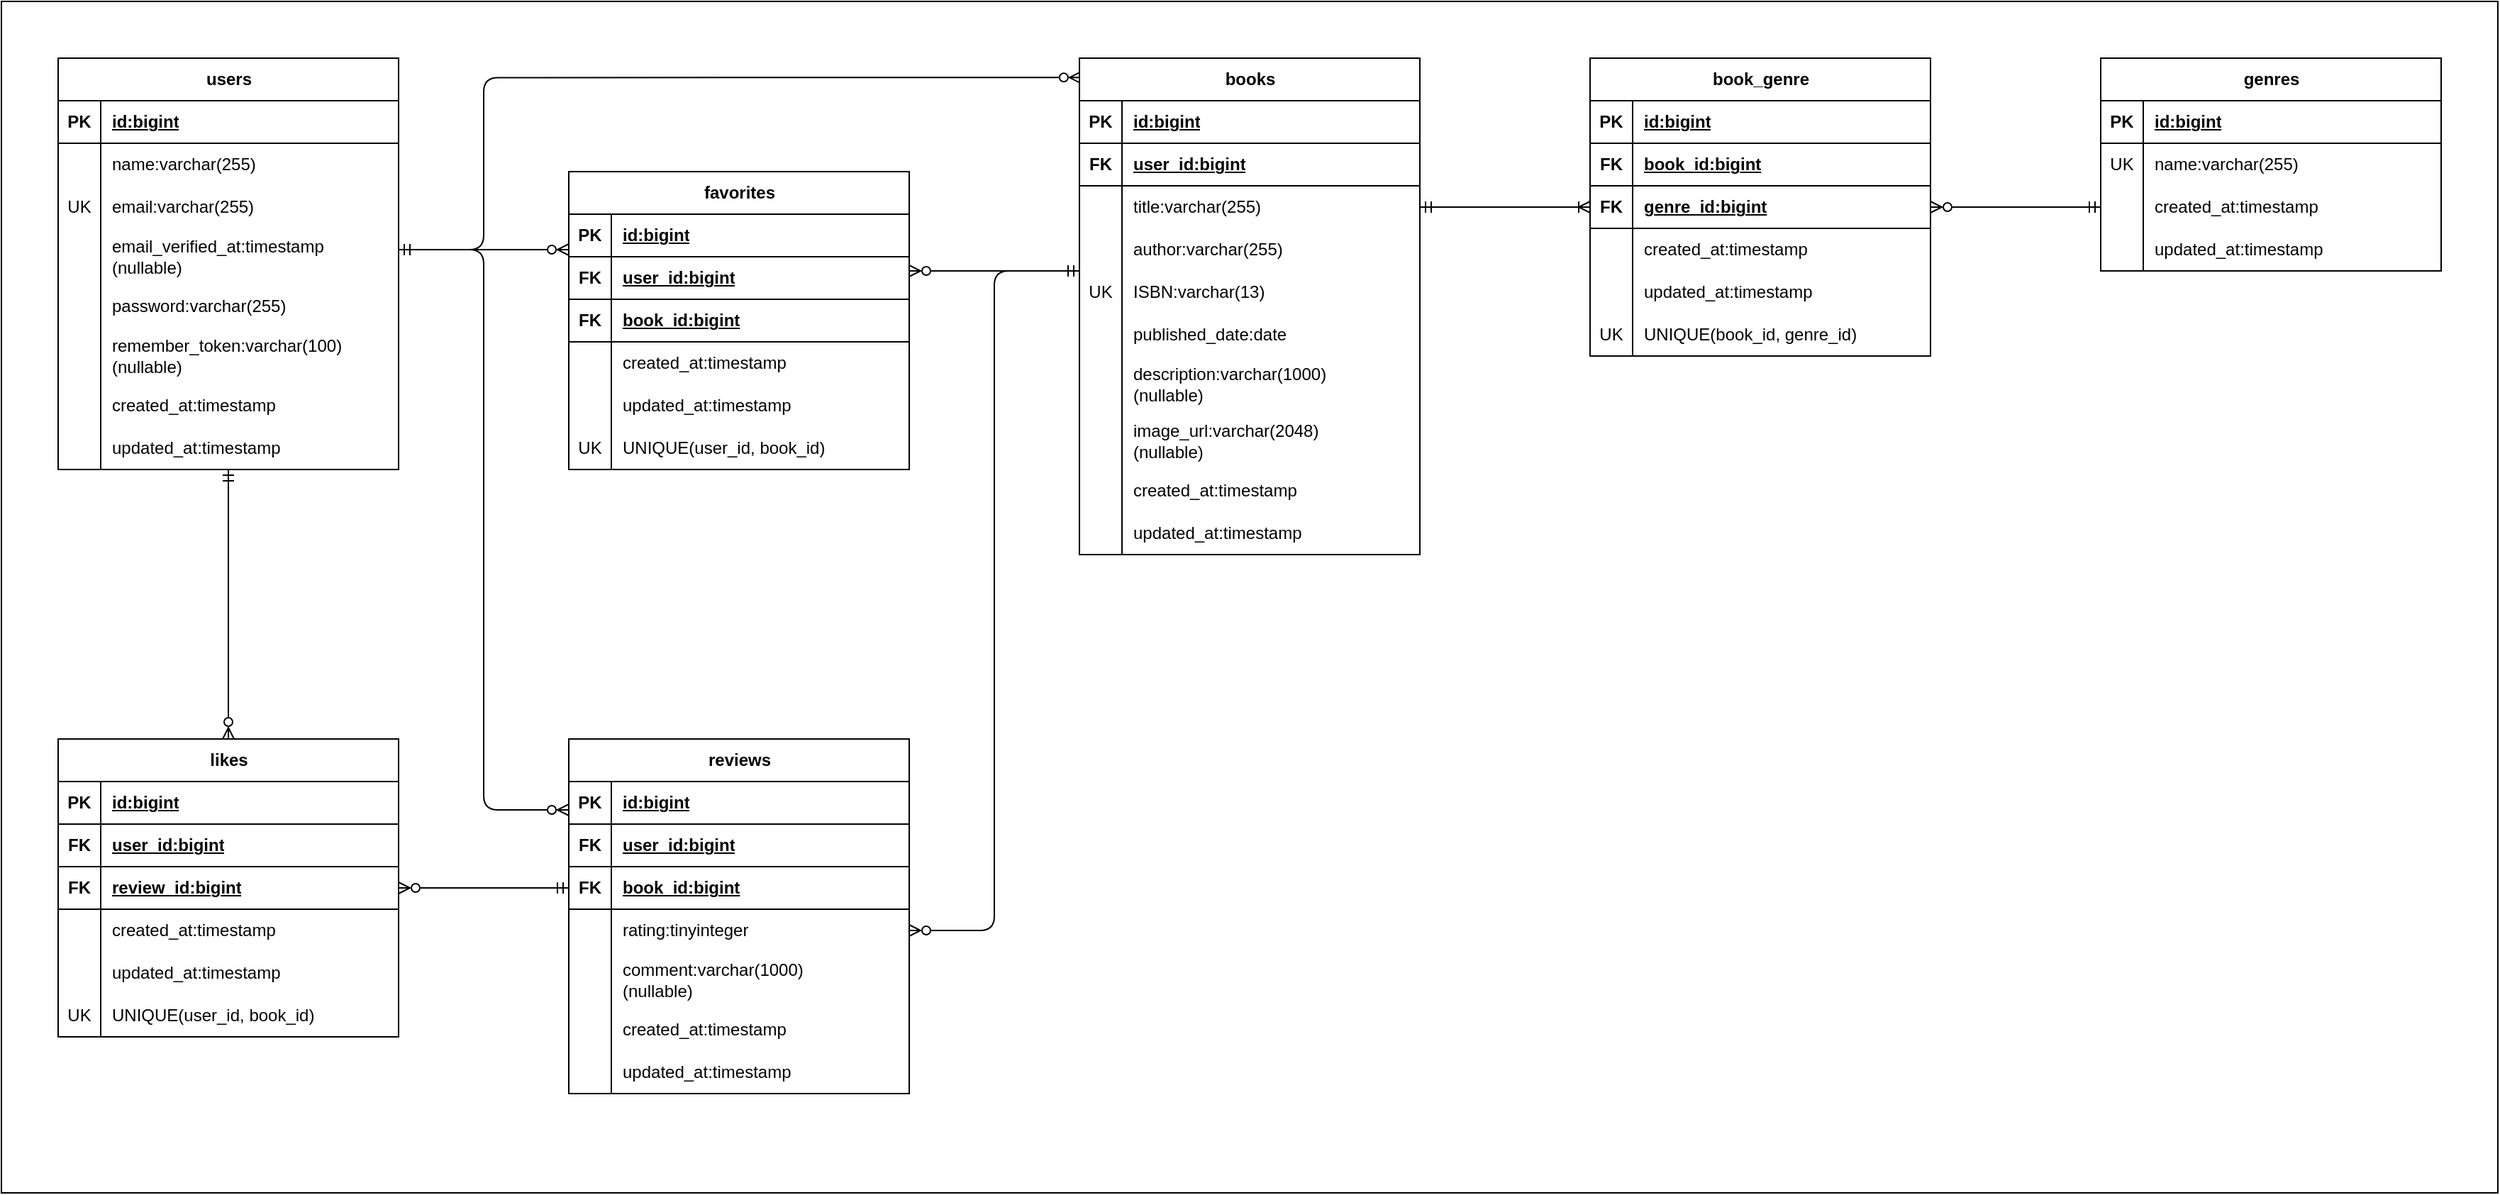
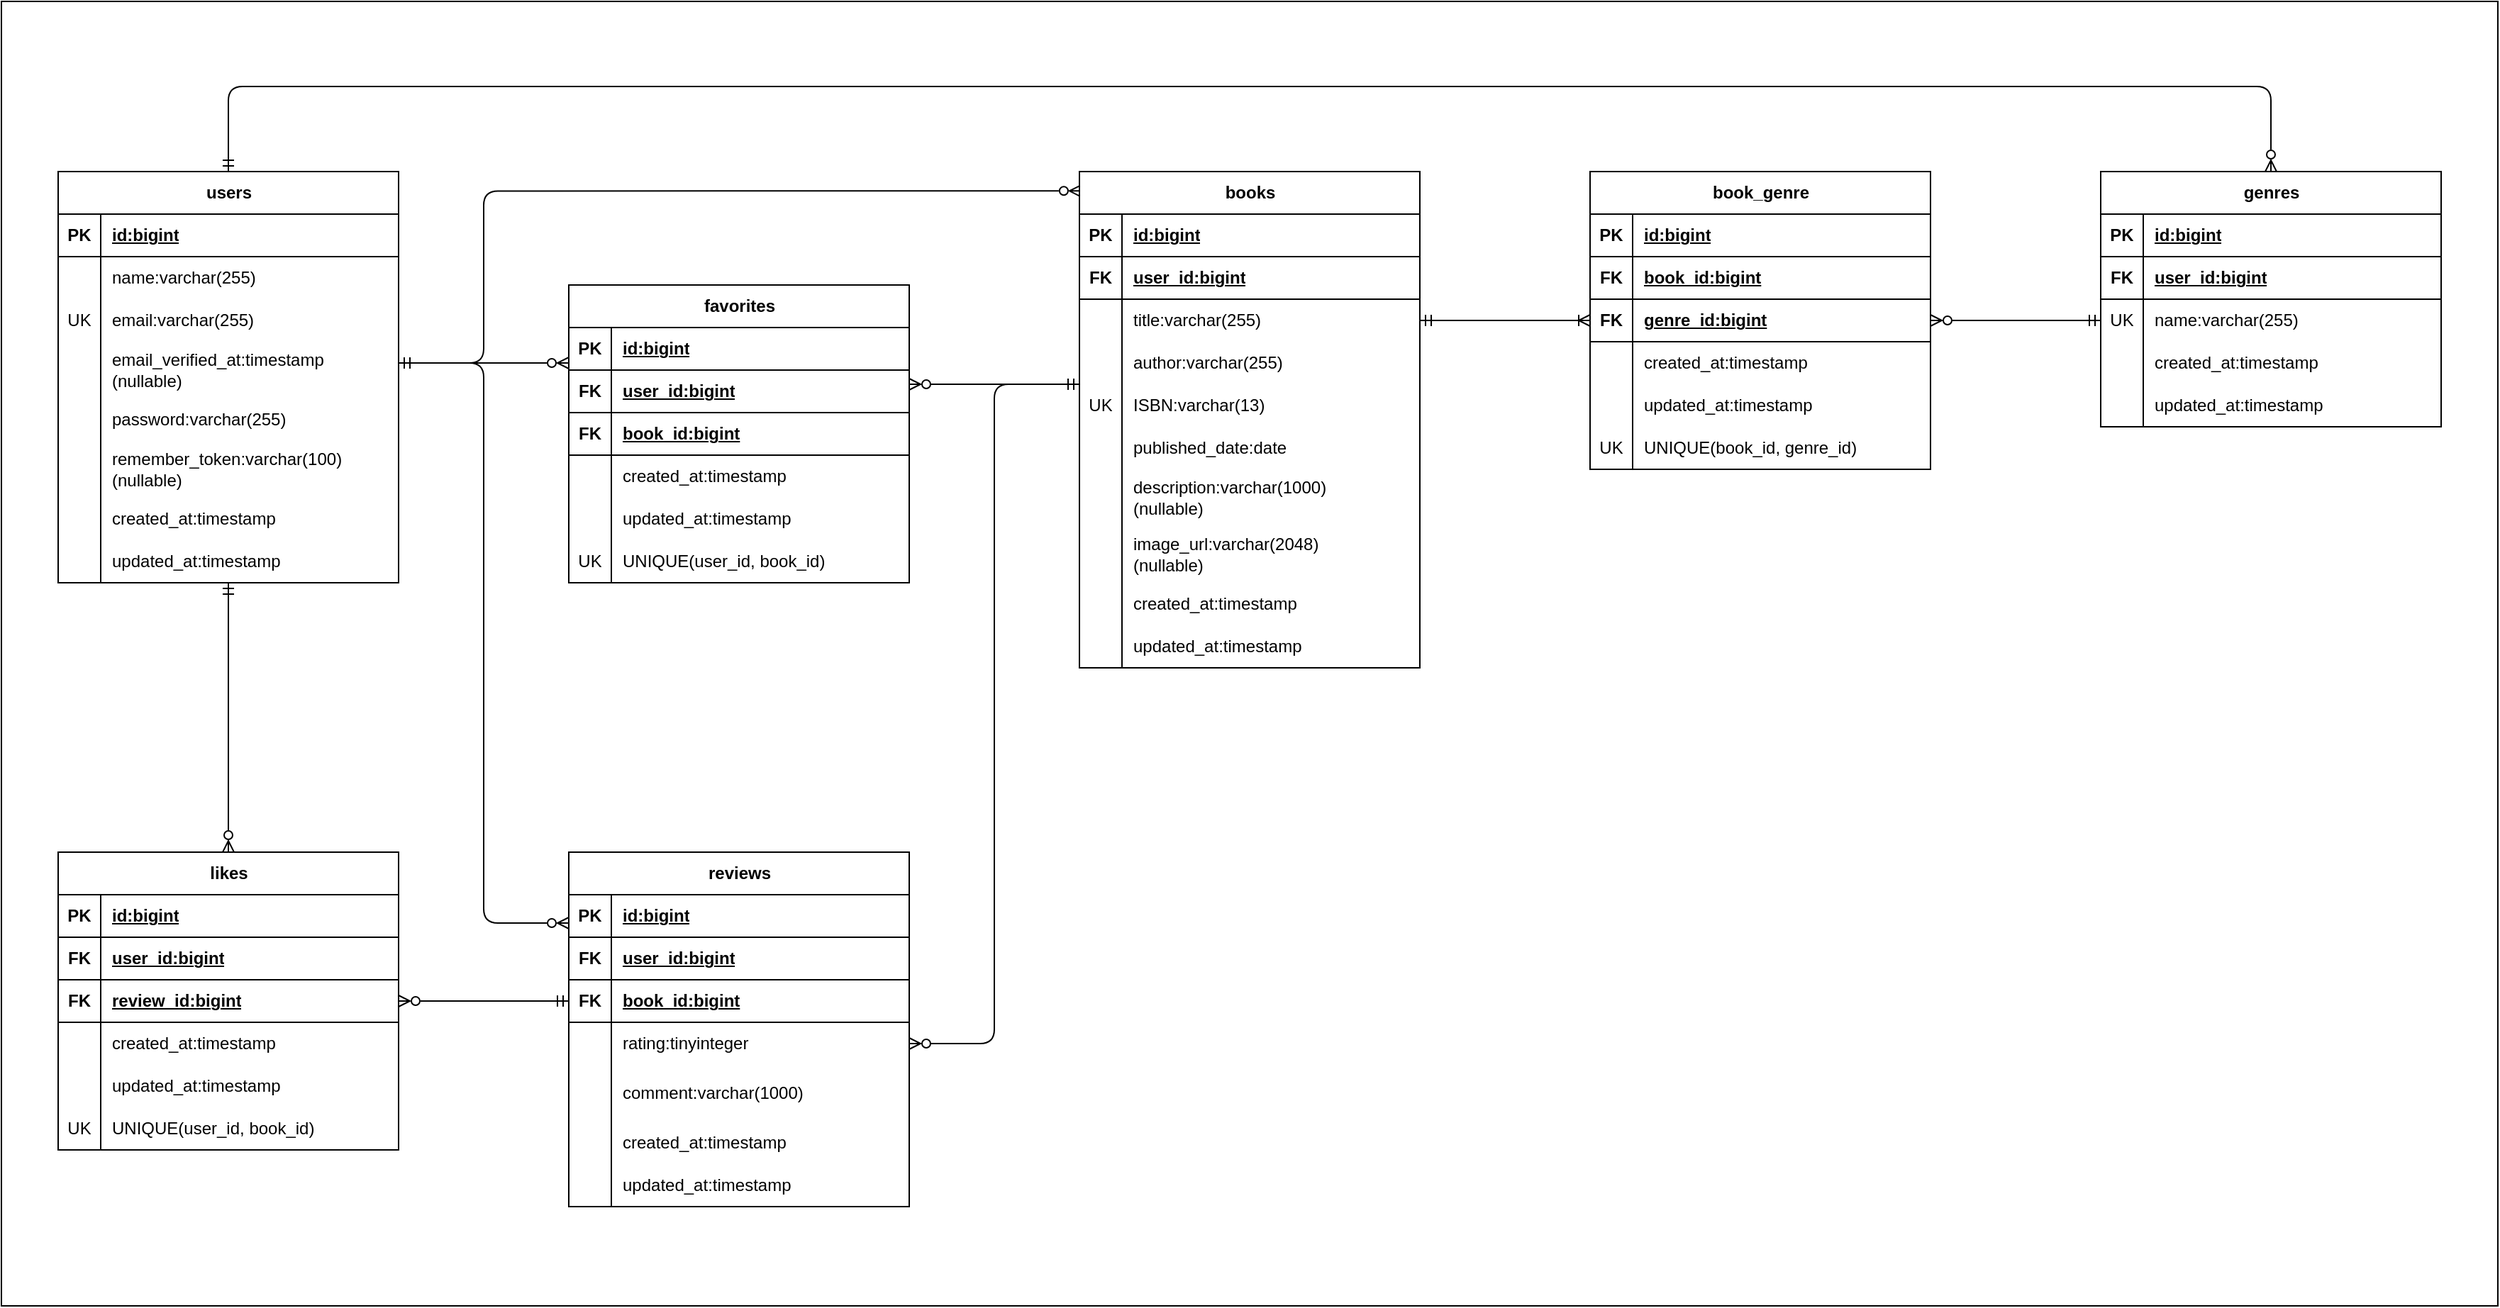
<mxfile host="65bd71144e">
    <diagram id="Xr8ic78WrCHNvvsh3ZQ6" name="ページ1">
-         <mxGraphModel dx="2914" dy="1921" grid="1" gridSize="10" guides="1" tooltips="1" connect="1" arrows="1" fold="1" page="1" pageScale="1" pageWidth="827" pageHeight="1169" math="0" shadow="0">
+         <mxGraphModel dx="3754" dy="2342" grid="1" gridSize="10" guides="1" tooltips="1" connect="1" arrows="1" fold="1" page="1" pageScale="1" pageWidth="827" pageHeight="1169" math="0" shadow="0">
            <root>
                <mxCell id="0"/>
                <mxCell id="1" parent="0"/>
                <mxCell id="209" value="" style="rounded=0;whiteSpace=wrap;html=1;" parent="1" vertex="1">
-                     <mxGeometry x="-1040" y="-160" width="1760" height="840" as="geometry"/>
+                     <mxGeometry x="-1040" y="-240" width="1760" height="920" as="geometry"/>
                </mxCell>
                <mxCell id="194" style="edgeStyle=orthogonalEdgeStyle;html=1;startArrow=ERmandOne;startFill=0;endArrow=ERzeroToMany;endFill=0;entryX=0.004;entryY=0.039;entryDx=0;entryDy=0;entryPerimeter=0;" parent="1" source="2" target="55" edge="1">
                    <mxGeometry relative="1" as="geometry">
                        <mxPoint x="-700" y="-70" as="sourcePoint"/>
                        <Array as="points">
                            <mxPoint x="-700" y="15"/>
                            <mxPoint x="-700" y="-107"/>
                        </Array>
                    </mxGeometry>
                </mxCell>
                <mxCell id="195" style="edgeStyle=orthogonalEdgeStyle;html=1;startArrow=ERmandOne;startFill=0;endArrow=ERzeroToMany;endFill=0;" parent="1" source="2" target="148" edge="1">
                    <mxGeometry relative="1" as="geometry">
                        <Array as="points">
                            <mxPoint x="-660" y="15"/>
                            <mxPoint x="-660" y="15"/>
                        </Array>
                    </mxGeometry>
                </mxCell>
                <mxCell id="201" style="edgeStyle=orthogonalEdgeStyle;html=1;startArrow=ERmandOne;startFill=0;endArrow=ERzeroToMany;endFill=0;" parent="1" source="2" target="86" edge="1">
                    <mxGeometry relative="1" as="geometry">
                        <Array as="points">
                            <mxPoint x="-700" y="15"/>
                            <mxPoint x="-700" y="410"/>
                        </Array>
                    </mxGeometry>
                </mxCell>
                <mxCell id="203" style="edgeStyle=orthogonalEdgeStyle;html=1;startArrow=ERmandOne;startFill=0;endArrow=ERzeroToMany;endFill=0;" parent="1" source="2" target="167" edge="1">
                    <mxGeometry relative="1" as="geometry"/>
+                 </mxCell>
+                 <mxCell id="214" style="edgeStyle=orthogonalEdgeStyle;html=1;startArrow=ERmandOne;startFill=0;endArrow=ERzeroToMany;endFill=0;" edge="1" parent="1" source="2" target="30">
+                     <mxGeometry relative="1" as="geometry">
+                         <Array as="points">
+                             <mxPoint x="-880" y="-180"/>
+                             <mxPoint x="560" y="-180"/>
+                         </Array>
+                     </mxGeometry>
                </mxCell>
                <mxCell id="2" value="users" style="shape=table;startSize=30;container=1;collapsible=1;childLayout=tableLayout;fixedRows=1;rowLines=0;fontStyle=1;align=center;resizeLast=1;html=1;" parent="1" vertex="1">
                    <mxGeometry x="-1000" y="-120" width="240" height="290" as="geometry"/>
                </mxCell>
                <mxCell id="3" value="" style="shape=tableRow;horizontal=0;startSize=0;swimlaneHead=0;swimlaneBody=0;fillColor=none;collapsible=0;dropTarget=0;points=[[0,0.5],[1,0.5]];portConstraint=eastwest;top=0;left=0;right=0;bottom=1;" parent="2" vertex="1">
                    <mxGeometry y="30" width="240" height="30" as="geometry"/>
                </mxCell>
                <mxCell id="4" value="PK" style="shape=partialRectangle;connectable=0;fillColor=none;top=0;left=0;bottom=0;right=0;fontStyle=1;overflow=hidden;whiteSpace=wrap;html=1;" parent="3" vertex="1">
                    <mxGeometry width="30" height="30" as="geometry">
                        <mxRectangle width="30" height="30" as="alternateBounds"/>
                    </mxGeometry>
                </mxCell>
                <mxCell id="5" value="&lt;span style=&quot;color: rgb(0, 0, 0);&quot;&gt;id:bigint&lt;/span&gt;" style="shape=partialRectangle;connectable=0;fillColor=none;top=0;left=0;bottom=0;right=0;align=left;spacingLeft=6;fontStyle=5;overflow=hidden;whiteSpace=wrap;html=1;" parent="3" vertex="1">
                    <mxGeometry x="30" width="210" height="30" as="geometry">
                        <mxRectangle width="210" height="30" as="alternateBounds"/>
                    </mxGeometry>
                </mxCell>
                <mxCell id="6" value="" style="shape=tableRow;horizontal=0;startSize=0;swimlaneHead=0;swimlaneBody=0;fillColor=none;collapsible=0;dropTarget=0;points=[[0,0.5],[1,0.5]];portConstraint=eastwest;top=0;left=0;right=0;bottom=0;" parent="2" vertex="1">
                    <mxGeometry y="60" width="240" height="30" as="geometry"/>
                </mxCell>
                <mxCell id="7" value="" style="shape=partialRectangle;connectable=0;fillColor=none;top=0;left=0;bottom=0;right=0;editable=1;overflow=hidden;whiteSpace=wrap;html=1;" parent="6" vertex="1">
                    <mxGeometry width="30" height="30" as="geometry">
                        <mxRectangle width="30" height="30" as="alternateBounds"/>
                    </mxGeometry>
                </mxCell>
                <mxCell id="8" value="&lt;span style=&quot;color: rgb(0, 0, 0);&quot;&gt;name:varchar(255)&lt;/span&gt;" style="shape=partialRectangle;connectable=0;fillColor=none;top=0;left=0;bottom=0;right=0;align=left;spacingLeft=6;overflow=hidden;whiteSpace=wrap;html=1;" parent="6" vertex="1">
                    <mxGeometry x="30" width="210" height="30" as="geometry">
                        <mxRectangle width="210" height="30" as="alternateBounds"/>
                    </mxGeometry>
                </mxCell>
                <mxCell id="9" value="" style="shape=tableRow;horizontal=0;startSize=0;swimlaneHead=0;swimlaneBody=0;fillColor=none;collapsible=0;dropTarget=0;points=[[0,0.5],[1,0.5]];portConstraint=eastwest;top=0;left=0;right=0;bottom=0;" parent="2" vertex="1">
                    <mxGeometry y="90" width="240" height="30" as="geometry"/>
                </mxCell>
                <mxCell id="10" value="UK" style="shape=partialRectangle;connectable=0;fillColor=none;top=0;left=0;bottom=0;right=0;editable=1;overflow=hidden;whiteSpace=wrap;html=1;" parent="9" vertex="1">
                    <mxGeometry width="30" height="30" as="geometry">
                        <mxRectangle width="30" height="30" as="alternateBounds"/>
                    </mxGeometry>
                </mxCell>
                <mxCell id="11" value="&lt;span style=&quot;color: rgb(0, 0, 0);&quot;&gt;email:varchar(255)&lt;/span&gt;" style="shape=partialRectangle;connectable=0;fillColor=none;top=0;left=0;bottom=0;right=0;align=left;spacingLeft=6;overflow=hidden;whiteSpace=wrap;html=1;" parent="9" vertex="1">
                    <mxGeometry x="30" width="210" height="30" as="geometry">
                        <mxRectangle width="210" height="30" as="alternateBounds"/>
                    </mxGeometry>
                </mxCell>
                <mxCell id="15" value="" style="shape=tableRow;horizontal=0;startSize=0;swimlaneHead=0;swimlaneBody=0;fillColor=none;collapsible=0;dropTarget=0;points=[[0,0.5],[1,0.5]];portConstraint=eastwest;top=0;left=0;right=0;bottom=0;" parent="2" vertex="1">
                    <mxGeometry y="120" width="240" height="40" as="geometry"/>
                </mxCell>
                <mxCell id="16" value="" style="shape=partialRectangle;connectable=0;fillColor=none;top=0;left=0;bottom=0;right=0;editable=1;overflow=hidden;whiteSpace=wrap;html=1;" parent="15" vertex="1">
                    <mxGeometry width="30" height="40" as="geometry">
                        <mxRectangle width="30" height="40" as="alternateBounds"/>
                    </mxGeometry>
                </mxCell>
                <mxCell id="17" value="&lt;span style=&quot;color: rgb(0, 0, 0);&quot;&gt;email_verified_at:timestamp&lt;/span&gt;&lt;div&gt;&lt;span style=&quot;color: rgb(0, 0, 0);&quot;&gt;(nullable)&lt;/span&gt;&lt;/div&gt;" style="shape=partialRectangle;connectable=0;fillColor=none;top=0;left=0;bottom=0;right=0;align=left;spacingLeft=6;overflow=hidden;whiteSpace=wrap;html=1;" parent="15" vertex="1">
                    <mxGeometry x="30" width="210" height="40" as="geometry">
                        <mxRectangle width="210" height="40" as="alternateBounds"/>
                    </mxGeometry>
                </mxCell>
                <mxCell id="18" value="" style="shape=tableRow;horizontal=0;startSize=0;swimlaneHead=0;swimlaneBody=0;fillColor=none;collapsible=0;dropTarget=0;points=[[0,0.5],[1,0.5]];portConstraint=eastwest;top=0;left=0;right=0;bottom=0;" parent="2" vertex="1">
                    <mxGeometry y="160" width="240" height="30" as="geometry"/>
                </mxCell>
                <mxCell id="19" value="" style="shape=partialRectangle;connectable=0;fillColor=none;top=0;left=0;bottom=0;right=0;editable=1;overflow=hidden;whiteSpace=wrap;html=1;" parent="18" vertex="1">
                    <mxGeometry width="30" height="30" as="geometry">
                        <mxRectangle width="30" height="30" as="alternateBounds"/>
                    </mxGeometry>
                </mxCell>
                <mxCell id="20" value="&lt;span style=&quot;color: rgb(0, 0, 0);&quot;&gt;password:varchar(255)&lt;/span&gt;" style="shape=partialRectangle;connectable=0;fillColor=none;top=0;left=0;bottom=0;right=0;align=left;spacingLeft=6;overflow=hidden;whiteSpace=wrap;html=1;" parent="18" vertex="1">
                    <mxGeometry x="30" width="210" height="30" as="geometry">
                        <mxRectangle width="210" height="30" as="alternateBounds"/>
                    </mxGeometry>
                </mxCell>
                <mxCell id="21" value="" style="shape=tableRow;horizontal=0;startSize=0;swimlaneHead=0;swimlaneBody=0;fillColor=none;collapsible=0;dropTarget=0;points=[[0,0.5],[1,0.5]];portConstraint=eastwest;top=0;left=0;right=0;bottom=0;" parent="2" vertex="1">
                    <mxGeometry y="190" width="240" height="40" as="geometry"/>
                </mxCell>
                <mxCell id="22" value="" style="shape=partialRectangle;connectable=0;fillColor=none;top=0;left=0;bottom=0;right=0;editable=1;overflow=hidden;whiteSpace=wrap;html=1;" parent="21" vertex="1">
                    <mxGeometry width="30" height="40" as="geometry">
                        <mxRectangle width="30" height="40" as="alternateBounds"/>
                    </mxGeometry>
                </mxCell>
                <mxCell id="23" value="&lt;span style=&quot;color: rgb(0, 0, 0);&quot;&gt;remember_token:varchar(100)&lt;/span&gt;&lt;span style=&quot;color: rgb(0, 0, 0);&quot;&gt;(nullable)&lt;/span&gt;" style="shape=partialRectangle;connectable=0;fillColor=none;top=0;left=0;bottom=0;right=0;align=left;spacingLeft=6;overflow=hidden;whiteSpace=wrap;html=1;" parent="21" vertex="1">
                    <mxGeometry x="30" width="210" height="40" as="geometry">
                        <mxRectangle width="210" height="40" as="alternateBounds"/>
                    </mxGeometry>
                </mxCell>
                <mxCell id="24" value="" style="shape=tableRow;horizontal=0;startSize=0;swimlaneHead=0;swimlaneBody=0;fillColor=none;collapsible=0;dropTarget=0;points=[[0,0.5],[1,0.5]];portConstraint=eastwest;top=0;left=0;right=0;bottom=0;" parent="2" vertex="1">
                    <mxGeometry y="230" width="240" height="30" as="geometry"/>
                </mxCell>
                <mxCell id="25" value="" style="shape=partialRectangle;connectable=0;fillColor=none;top=0;left=0;bottom=0;right=0;editable=1;overflow=hidden;whiteSpace=wrap;html=1;" parent="24" vertex="1">
                    <mxGeometry width="30" height="30" as="geometry">
                        <mxRectangle width="30" height="30" as="alternateBounds"/>
                    </mxGeometry>
                </mxCell>
                <mxCell id="26" value="&lt;span style=&quot;color: rgb(0, 0, 0);&quot;&gt;created_at&lt;/span&gt;&lt;span style=&quot;color: rgb(0, 0, 0);&quot;&gt;:timestamp&lt;/span&gt;" style="shape=partialRectangle;connectable=0;fillColor=none;top=0;left=0;bottom=0;right=0;align=left;spacingLeft=6;overflow=hidden;whiteSpace=wrap;html=1;" parent="24" vertex="1">
                    <mxGeometry x="30" width="210" height="30" as="geometry">
                        <mxRectangle width="210" height="30" as="alternateBounds"/>
                    </mxGeometry>
                </mxCell>
                <mxCell id="12" value="" style="shape=tableRow;horizontal=0;startSize=0;swimlaneHead=0;swimlaneBody=0;fillColor=none;collapsible=0;dropTarget=0;points=[[0,0.5],[1,0.5]];portConstraint=eastwest;top=0;left=0;right=0;bottom=0;" parent="2" vertex="1">
                    <mxGeometry y="260" width="240" height="30" as="geometry"/>
                </mxCell>
                <mxCell id="13" value="" style="shape=partialRectangle;connectable=0;fillColor=none;top=0;left=0;bottom=0;right=0;editable=1;overflow=hidden;whiteSpace=wrap;html=1;" parent="12" vertex="1">
                    <mxGeometry width="30" height="30" as="geometry">
                        <mxRectangle width="30" height="30" as="alternateBounds"/>
                    </mxGeometry>
                </mxCell>
                <mxCell id="14" value="updated_at&lt;span style=&quot;color: rgb(0, 0, 0);&quot;&gt;:timestamp&lt;/span&gt;" style="shape=partialRectangle;connectable=0;fillColor=none;top=0;left=0;bottom=0;right=0;align=left;spacingLeft=6;overflow=hidden;whiteSpace=wrap;html=1;" parent="12" vertex="1">
                    <mxGeometry x="30" width="210" height="30" as="geometry">
                        <mxRectangle width="210" height="30" as="alternateBounds"/>
                    </mxGeometry>
                </mxCell>
                <mxCell id="204" style="edgeStyle=orthogonalEdgeStyle;html=1;startArrow=ERmandOne;startFill=0;endArrow=ERzeroToMany;endFill=0;" parent="1" source="30" target="123" edge="1">
                    <mxGeometry relative="1" as="geometry">
                        <Array as="points">
                            <mxPoint x="400" y="-15"/>
                            <mxPoint x="400" y="-15"/>
                        </Array>
                    </mxGeometry>
                </mxCell>
                <mxCell id="30" value="genres" style="shape=table;startSize=30;container=1;collapsible=1;childLayout=tableLayout;fixedRows=1;rowLines=0;fontStyle=1;align=center;resizeLast=1;html=1;" parent="1" vertex="1">
-                     <mxGeometry x="440" y="-120" width="240" height="150" as="geometry"/>
+                     <mxGeometry x="440" y="-120" width="240" height="180" as="geometry"/>
                </mxCell>
                <mxCell id="31" value="" style="shape=tableRow;horizontal=0;startSize=0;swimlaneHead=0;swimlaneBody=0;fillColor=none;collapsible=0;dropTarget=0;points=[[0,0.5],[1,0.5]];portConstraint=eastwest;top=0;left=0;right=0;bottom=1;" parent="30" vertex="1">
                    <mxGeometry y="30" width="240" height="30" as="geometry"/>
                </mxCell>
                <mxCell id="32" value="PK" style="shape=partialRectangle;connectable=0;fillColor=none;top=0;left=0;bottom=0;right=0;fontStyle=1;overflow=hidden;whiteSpace=wrap;html=1;" parent="31" vertex="1">
                    <mxGeometry width="30" height="30" as="geometry">
                        <mxRectangle width="30" height="30" as="alternateBounds"/>
                    </mxGeometry>
                </mxCell>
                <mxCell id="33" value="&lt;span style=&quot;color: rgb(0, 0, 0);&quot;&gt;id:bigint&lt;/span&gt;" style="shape=partialRectangle;connectable=0;fillColor=none;top=0;left=0;bottom=0;right=0;align=left;spacingLeft=6;fontStyle=5;overflow=hidden;whiteSpace=wrap;html=1;" parent="31" vertex="1">
                    <mxGeometry x="30" width="210" height="30" as="geometry">
                        <mxRectangle width="210" height="30" as="alternateBounds"/>
                    </mxGeometry>
                </mxCell>
+                 <mxCell id="210" value="" style="shape=tableRow;horizontal=0;startSize=0;swimlaneHead=0;swimlaneBody=0;fillColor=none;collapsible=0;dropTarget=0;points=[[0,0.5],[1,0.5]];portConstraint=eastwest;top=0;left=0;right=0;bottom=1;" vertex="1" parent="30">
+                     <mxGeometry y="60" width="240" height="30" as="geometry"/>
+                 </mxCell>
+                 <mxCell id="211" value="FK" style="shape=partialRectangle;connectable=0;fillColor=none;top=0;left=0;bottom=0;right=0;fontStyle=1;overflow=hidden;whiteSpace=wrap;html=1;" vertex="1" parent="210">
+                     <mxGeometry width="30" height="30" as="geometry">
+                         <mxRectangle width="30" height="30" as="alternateBounds"/>
+                     </mxGeometry>
+                 </mxCell>
+                 <mxCell id="212" value="&lt;span style=&quot;color: rgb(0, 0, 0);&quot;&gt;user_id:bigint&lt;/span&gt;" style="shape=partialRectangle;connectable=0;fillColor=none;top=0;left=0;bottom=0;right=0;align=left;spacingLeft=6;fontStyle=5;overflow=hidden;whiteSpace=wrap;html=1;" vertex="1" parent="210">
+                     <mxGeometry x="30" width="210" height="30" as="geometry">
+                         <mxRectangle width="210" height="30" as="alternateBounds"/>
+                     </mxGeometry>
+                 </mxCell>
                <mxCell id="34" value="" style="shape=tableRow;horizontal=0;startSize=0;swimlaneHead=0;swimlaneBody=0;fillColor=none;collapsible=0;dropTarget=0;points=[[0,0.5],[1,0.5]];portConstraint=eastwest;top=0;left=0;right=0;bottom=0;" parent="30" vertex="1">
-                     <mxGeometry y="60" width="240" height="30" as="geometry"/>
+                     <mxGeometry y="90" width="240" height="30" as="geometry"/>
                </mxCell>
                <mxCell id="35" value="UK" style="shape=partialRectangle;connectable=0;fillColor=none;top=0;left=0;bottom=0;right=0;editable=1;overflow=hidden;whiteSpace=wrap;html=1;" parent="34" vertex="1">
                    <mxGeometry width="30" height="30" as="geometry">
                        <mxRectangle width="30" height="30" as="alternateBounds"/>
                    </mxGeometry>
                </mxCell>
                <mxCell id="36" value="&lt;span style=&quot;color: rgb(0, 0, 0);&quot;&gt;name:varchar(255)&lt;/span&gt;" style="shape=partialRectangle;connectable=0;fillColor=none;top=0;left=0;bottom=0;right=0;align=left;spacingLeft=6;overflow=hidden;whiteSpace=wrap;html=1;" parent="34" vertex="1">
                    <mxGeometry x="30" width="210" height="30" as="geometry">
                        <mxRectangle width="210" height="30" as="alternateBounds"/>
                    </mxGeometry>
                </mxCell>
                <mxCell id="49" value="" style="shape=tableRow;horizontal=0;startSize=0;swimlaneHead=0;swimlaneBody=0;fillColor=none;collapsible=0;dropTarget=0;points=[[0,0.5],[1,0.5]];portConstraint=eastwest;top=0;left=0;right=0;bottom=0;" parent="30" vertex="1">
-                     <mxGeometry y="90" width="240" height="30" as="geometry"/>
+                     <mxGeometry y="120" width="240" height="30" as="geometry"/>
                </mxCell>
                <mxCell id="50" value="" style="shape=partialRectangle;connectable=0;fillColor=none;top=0;left=0;bottom=0;right=0;editable=1;overflow=hidden;whiteSpace=wrap;html=1;" parent="49" vertex="1">
                    <mxGeometry width="30" height="30" as="geometry">
                        <mxRectangle width="30" height="30" as="alternateBounds"/>
                    </mxGeometry>
                </mxCell>
                <mxCell id="51" value="&lt;span style=&quot;color: rgb(0, 0, 0);&quot;&gt;created_at&lt;/span&gt;&lt;span style=&quot;color: rgb(0, 0, 0);&quot;&gt;:timestamp&lt;/span&gt;" style="shape=partialRectangle;connectable=0;fillColor=none;top=0;left=0;bottom=0;right=0;align=left;spacingLeft=6;overflow=hidden;whiteSpace=wrap;html=1;" parent="49" vertex="1">
                    <mxGeometry x="30" width="210" height="30" as="geometry">
                        <mxRectangle width="210" height="30" as="alternateBounds"/>
                    </mxGeometry>
                </mxCell>
                <mxCell id="52" value="" style="shape=tableRow;horizontal=0;startSize=0;swimlaneHead=0;swimlaneBody=0;fillColor=none;collapsible=0;dropTarget=0;points=[[0,0.5],[1,0.5]];portConstraint=eastwest;top=0;left=0;right=0;bottom=0;" parent="30" vertex="1">
-                     <mxGeometry y="120" width="240" height="30" as="geometry"/>
+                     <mxGeometry y="150" width="240" height="30" as="geometry"/>
                </mxCell>
                <mxCell id="53" value="" style="shape=partialRectangle;connectable=0;fillColor=none;top=0;left=0;bottom=0;right=0;editable=1;overflow=hidden;whiteSpace=wrap;html=1;" parent="52" vertex="1">
                    <mxGeometry width="30" height="30" as="geometry">
                        <mxRectangle width="30" height="30" as="alternateBounds"/>
                    </mxGeometry>
                </mxCell>
                <mxCell id="54" value="updated_at&lt;span style=&quot;color: rgb(0, 0, 0);&quot;&gt;:timestamp&lt;/span&gt;" style="shape=partialRectangle;connectable=0;fillColor=none;top=0;left=0;bottom=0;right=0;align=left;spacingLeft=6;overflow=hidden;whiteSpace=wrap;html=1;" parent="52" vertex="1">
                    <mxGeometry x="30" width="210" height="30" as="geometry">
                        <mxRectangle width="210" height="30" as="alternateBounds"/>
                    </mxGeometry>
                </mxCell>
                <mxCell id="200" style="edgeStyle=orthogonalEdgeStyle;html=1;startArrow=ERmandOne;startFill=0;endArrow=ERzeroToMany;endFill=0;" parent="1" source="55" target="86" edge="1">
                    <mxGeometry relative="1" as="geometry">
                        <Array as="points">
                            <mxPoint x="-340" y="30"/>
                            <mxPoint x="-340" y="495"/>
                        </Array>
                    </mxGeometry>
                </mxCell>
                <mxCell id="205" style="edgeStyle=orthogonalEdgeStyle;html=1;startArrow=ERmandOne;startFill=0;endArrow=ERoneToMany;endFill=0;" parent="1" source="55" target="123" edge="1">
                    <mxGeometry relative="1" as="geometry">
                        <Array as="points">
                            <mxPoint x="10" y="-15"/>
                            <mxPoint x="10" y="-15"/>
                        </Array>
                    </mxGeometry>
                </mxCell>
                <mxCell id="55" value="books" style="shape=table;startSize=30;container=1;collapsible=1;childLayout=tableLayout;fixedRows=1;rowLines=0;fontStyle=1;align=center;resizeLast=1;html=1;" parent="1" vertex="1">
                    <mxGeometry x="-280" y="-120" width="240" height="350" as="geometry"/>
                </mxCell>
                <mxCell id="56" value="" style="shape=tableRow;horizontal=0;startSize=0;swimlaneHead=0;swimlaneBody=0;fillColor=none;collapsible=0;dropTarget=0;points=[[0,0.5],[1,0.5]];portConstraint=eastwest;top=0;left=0;right=0;bottom=1;" parent="55" vertex="1">
                    <mxGeometry y="30" width="240" height="30" as="geometry"/>
                </mxCell>
                <mxCell id="57" value="PK" style="shape=partialRectangle;connectable=0;fillColor=none;top=0;left=0;bottom=0;right=0;fontStyle=1;overflow=hidden;whiteSpace=wrap;html=1;" parent="56" vertex="1">
                    <mxGeometry width="30" height="30" as="geometry">
                        <mxRectangle width="30" height="30" as="alternateBounds"/>
                    </mxGeometry>
                </mxCell>
                <mxCell id="58" value="&lt;span style=&quot;color: rgb(0, 0, 0);&quot;&gt;id:bigint&lt;/span&gt;" style="shape=partialRectangle;connectable=0;fillColor=none;top=0;left=0;bottom=0;right=0;align=left;spacingLeft=6;fontStyle=5;overflow=hidden;whiteSpace=wrap;html=1;" parent="56" vertex="1">
                    <mxGeometry x="30" width="210" height="30" as="geometry">
                        <mxRectangle width="210" height="30" as="alternateBounds"/>
                    </mxGeometry>
                </mxCell>
                <mxCell id="80" value="" style="shape=tableRow;horizontal=0;startSize=0;swimlaneHead=0;swimlaneBody=0;fillColor=none;collapsible=0;dropTarget=0;points=[[0,0.5],[1,0.5]];portConstraint=eastwest;top=0;left=0;right=0;bottom=1;" parent="55" vertex="1">
                    <mxGeometry y="60" width="240" height="30" as="geometry"/>
                </mxCell>
                <mxCell id="81" value="FK" style="shape=partialRectangle;connectable=0;fillColor=none;top=0;left=0;bottom=0;right=0;fontStyle=1;overflow=hidden;whiteSpace=wrap;html=1;" parent="80" vertex="1">
                    <mxGeometry width="30" height="30" as="geometry">
                        <mxRectangle width="30" height="30" as="alternateBounds"/>
                    </mxGeometry>
                </mxCell>
                <mxCell id="82" value="&lt;span style=&quot;color: rgb(0, 0, 0);&quot;&gt;user_id:bigint&lt;/span&gt;" style="shape=partialRectangle;connectable=0;fillColor=none;top=0;left=0;bottom=0;right=0;align=left;spacingLeft=6;fontStyle=5;overflow=hidden;whiteSpace=wrap;html=1;" parent="80" vertex="1">
                    <mxGeometry x="30" width="210" height="30" as="geometry">
                        <mxRectangle width="210" height="30" as="alternateBounds"/>
                    </mxGeometry>
                </mxCell>
                <mxCell id="59" value="" style="shape=tableRow;horizontal=0;startSize=0;swimlaneHead=0;swimlaneBody=0;fillColor=none;collapsible=0;dropTarget=0;points=[[0,0.5],[1,0.5]];portConstraint=eastwest;top=0;left=0;right=0;bottom=0;" parent="55" vertex="1">
                    <mxGeometry y="90" width="240" height="30" as="geometry"/>
                </mxCell>
                <mxCell id="60" value="" style="shape=partialRectangle;connectable=0;fillColor=none;top=0;left=0;bottom=0;right=0;editable=1;overflow=hidden;whiteSpace=wrap;html=1;" parent="59" vertex="1">
                    <mxGeometry width="30" height="30" as="geometry">
                        <mxRectangle width="30" height="30" as="alternateBounds"/>
                    </mxGeometry>
                </mxCell>
                <mxCell id="61" value="&lt;span style=&quot;color: rgb(0, 0, 0);&quot;&gt;title:varchar(255)&lt;/span&gt;" style="shape=partialRectangle;connectable=0;fillColor=none;top=0;left=0;bottom=0;right=0;align=left;spacingLeft=6;overflow=hidden;whiteSpace=wrap;html=1;" parent="59" vertex="1">
                    <mxGeometry x="30" width="210" height="30" as="geometry">
                        <mxRectangle width="210" height="30" as="alternateBounds"/>
                    </mxGeometry>
                </mxCell>
                <mxCell id="62" value="" style="shape=tableRow;horizontal=0;startSize=0;swimlaneHead=0;swimlaneBody=0;fillColor=none;collapsible=0;dropTarget=0;points=[[0,0.5],[1,0.5]];portConstraint=eastwest;top=0;left=0;right=0;bottom=0;" parent="55" vertex="1">
                    <mxGeometry y="120" width="240" height="30" as="geometry"/>
                </mxCell>
                <mxCell id="63" value="" style="shape=partialRectangle;connectable=0;fillColor=none;top=0;left=0;bottom=0;right=0;editable=1;overflow=hidden;whiteSpace=wrap;html=1;" parent="62" vertex="1">
                    <mxGeometry width="30" height="30" as="geometry">
                        <mxRectangle width="30" height="30" as="alternateBounds"/>
                    </mxGeometry>
                </mxCell>
                <mxCell id="64" value="&lt;span style=&quot;color: rgb(0, 0, 0);&quot;&gt;author:varchar(255)&lt;/span&gt;" style="shape=partialRectangle;connectable=0;fillColor=none;top=0;left=0;bottom=0;right=0;align=left;spacingLeft=6;overflow=hidden;whiteSpace=wrap;html=1;" parent="62" vertex="1">
                    <mxGeometry x="30" width="210" height="30" as="geometry">
                        <mxRectangle width="210" height="30" as="alternateBounds"/>
                    </mxGeometry>
                </mxCell>
                <mxCell id="65" value="" style="shape=tableRow;horizontal=0;startSize=0;swimlaneHead=0;swimlaneBody=0;fillColor=none;collapsible=0;dropTarget=0;points=[[0,0.5],[1,0.5]];portConstraint=eastwest;top=0;left=0;right=0;bottom=0;" parent="55" vertex="1">
                    <mxGeometry y="150" width="240" height="30" as="geometry"/>
                </mxCell>
                <mxCell id="66" value="UK" style="shape=partialRectangle;connectable=0;fillColor=none;top=0;left=0;bottom=0;right=0;editable=1;overflow=hidden;whiteSpace=wrap;html=1;" parent="65" vertex="1">
                    <mxGeometry width="30" height="30" as="geometry">
                        <mxRectangle width="30" height="30" as="alternateBounds"/>
                    </mxGeometry>
                </mxCell>
                <mxCell id="67" value="&lt;span style=&quot;color: rgb(0, 0, 0);&quot;&gt;ISBN:varchar(13)&lt;/span&gt;" style="shape=partialRectangle;connectable=0;fillColor=none;top=0;left=0;bottom=0;right=0;align=left;spacingLeft=6;overflow=hidden;whiteSpace=wrap;html=1;" parent="65" vertex="1">
                    <mxGeometry x="30" width="210" height="30" as="geometry">
                        <mxRectangle width="210" height="30" as="alternateBounds"/>
                    </mxGeometry>
                </mxCell>
                <mxCell id="68" value="" style="shape=tableRow;horizontal=0;startSize=0;swimlaneHead=0;swimlaneBody=0;fillColor=none;collapsible=0;dropTarget=0;points=[[0,0.5],[1,0.5]];portConstraint=eastwest;top=0;left=0;right=0;bottom=0;" parent="55" vertex="1">
                    <mxGeometry y="180" width="240" height="30" as="geometry"/>
                </mxCell>
                <mxCell id="69" value="" style="shape=partialRectangle;connectable=0;fillColor=none;top=0;left=0;bottom=0;right=0;editable=1;overflow=hidden;whiteSpace=wrap;html=1;" parent="68" vertex="1">
                    <mxGeometry width="30" height="30" as="geometry">
                        <mxRectangle width="30" height="30" as="alternateBounds"/>
                    </mxGeometry>
                </mxCell>
                <mxCell id="70" value="&lt;span style=&quot;color: rgb(0, 0, 0);&quot;&gt;published_date:date&lt;/span&gt;" style="shape=partialRectangle;connectable=0;fillColor=none;top=0;left=0;bottom=0;right=0;align=left;spacingLeft=6;overflow=hidden;whiteSpace=wrap;html=1;" parent="68" vertex="1">
                    <mxGeometry x="30" width="210" height="30" as="geometry">
                        <mxRectangle width="210" height="30" as="alternateBounds"/>
                    </mxGeometry>
                </mxCell>
                <mxCell id="71" value="" style="shape=tableRow;horizontal=0;startSize=0;swimlaneHead=0;swimlaneBody=0;fillColor=none;collapsible=0;dropTarget=0;points=[[0,0.5],[1,0.5]];portConstraint=eastwest;top=0;left=0;right=0;bottom=0;" parent="55" vertex="1">
                    <mxGeometry y="210" width="240" height="40" as="geometry"/>
                </mxCell>
                <mxCell id="72" value="" style="shape=partialRectangle;connectable=0;fillColor=none;top=0;left=0;bottom=0;right=0;editable=1;overflow=hidden;whiteSpace=wrap;html=1;" parent="71" vertex="1">
                    <mxGeometry width="30" height="40" as="geometry">
                        <mxRectangle width="30" height="40" as="alternateBounds"/>
                    </mxGeometry>
                </mxCell>
                <mxCell id="73" value="&lt;span style=&quot;color: rgb(0, 0, 0);&quot;&gt;description:&lt;span style=&quot;color: rgb(0, 0, 0);&quot;&gt;varchar(1000)&lt;/span&gt;&lt;/span&gt;&lt;div&gt;&lt;span style=&quot;color: rgb(0, 0, 0);&quot;&gt;(nullable)&lt;/span&gt;&lt;/div&gt;" style="shape=partialRectangle;connectable=0;fillColor=none;top=0;left=0;bottom=0;right=0;align=left;spacingLeft=6;overflow=hidden;whiteSpace=wrap;html=1;" parent="71" vertex="1">
                    <mxGeometry x="30" width="210" height="40" as="geometry">
                        <mxRectangle width="210" height="40" as="alternateBounds"/>
                    </mxGeometry>
                </mxCell>
                <mxCell id="83" value="" style="shape=tableRow;horizontal=0;startSize=0;swimlaneHead=0;swimlaneBody=0;fillColor=none;collapsible=0;dropTarget=0;points=[[0,0.5],[1,0.5]];portConstraint=eastwest;top=0;left=0;right=0;bottom=0;" parent="55" vertex="1">
                    <mxGeometry y="250" width="240" height="40" as="geometry"/>
                </mxCell>
                <mxCell id="84" value="" style="shape=partialRectangle;connectable=0;fillColor=none;top=0;left=0;bottom=0;right=0;editable=1;overflow=hidden;whiteSpace=wrap;html=1;" parent="83" vertex="1">
                    <mxGeometry width="30" height="40" as="geometry">
                        <mxRectangle width="30" height="40" as="alternateBounds"/>
                    </mxGeometry>
                </mxCell>
                <mxCell id="85" value="&lt;span style=&quot;color: rgb(0, 0, 0);&quot;&gt;image_url:varchar(2048)&lt;/span&gt;&lt;div&gt;&lt;span style=&quot;color: rgb(0, 0, 0);&quot;&gt;(nullable)&lt;/span&gt;&lt;/div&gt;" style="shape=partialRectangle;connectable=0;fillColor=none;top=0;left=0;bottom=0;right=0;align=left;spacingLeft=6;overflow=hidden;whiteSpace=wrap;html=1;" parent="83" vertex="1">
                    <mxGeometry x="30" width="210" height="40" as="geometry">
                        <mxRectangle width="210" height="40" as="alternateBounds"/>
                    </mxGeometry>
                </mxCell>
                <mxCell id="74" value="" style="shape=tableRow;horizontal=0;startSize=0;swimlaneHead=0;swimlaneBody=0;fillColor=none;collapsible=0;dropTarget=0;points=[[0,0.5],[1,0.5]];portConstraint=eastwest;top=0;left=0;right=0;bottom=0;" parent="55" vertex="1">
                    <mxGeometry y="290" width="240" height="30" as="geometry"/>
                </mxCell>
                <mxCell id="75" value="" style="shape=partialRectangle;connectable=0;fillColor=none;top=0;left=0;bottom=0;right=0;editable=1;overflow=hidden;whiteSpace=wrap;html=1;" parent="74" vertex="1">
                    <mxGeometry width="30" height="30" as="geometry">
                        <mxRectangle width="30" height="30" as="alternateBounds"/>
                    </mxGeometry>
                </mxCell>
                <mxCell id="76" value="&lt;span style=&quot;color: rgb(0, 0, 0);&quot;&gt;created_at&lt;/span&gt;&lt;span style=&quot;color: rgb(0, 0, 0);&quot;&gt;:timestamp&lt;/span&gt;" style="shape=partialRectangle;connectable=0;fillColor=none;top=0;left=0;bottom=0;right=0;align=left;spacingLeft=6;overflow=hidden;whiteSpace=wrap;html=1;" parent="74" vertex="1">
                    <mxGeometry x="30" width="210" height="30" as="geometry">
                        <mxRectangle width="210" height="30" as="alternateBounds"/>
                    </mxGeometry>
                </mxCell>
                <mxCell id="77" value="" style="shape=tableRow;horizontal=0;startSize=0;swimlaneHead=0;swimlaneBody=0;fillColor=none;collapsible=0;dropTarget=0;points=[[0,0.5],[1,0.5]];portConstraint=eastwest;top=0;left=0;right=0;bottom=0;" parent="55" vertex="1">
                    <mxGeometry y="320" width="240" height="30" as="geometry"/>
                </mxCell>
                <mxCell id="78" value="" style="shape=partialRectangle;connectable=0;fillColor=none;top=0;left=0;bottom=0;right=0;editable=1;overflow=hidden;whiteSpace=wrap;html=1;" parent="77" vertex="1">
                    <mxGeometry width="30" height="30" as="geometry">
                        <mxRectangle width="30" height="30" as="alternateBounds"/>
                    </mxGeometry>
                </mxCell>
                <mxCell id="79" value="updated_at&lt;span style=&quot;color: rgb(0, 0, 0);&quot;&gt;:timestamp&lt;/span&gt;" style="shape=partialRectangle;connectable=0;fillColor=none;top=0;left=0;bottom=0;right=0;align=left;spacingLeft=6;overflow=hidden;whiteSpace=wrap;html=1;" parent="77" vertex="1">
                    <mxGeometry x="30" width="210" height="30" as="geometry">
                        <mxRectangle width="210" height="30" as="alternateBounds"/>
                    </mxGeometry>
                </mxCell>
                <mxCell id="202" style="edgeStyle=orthogonalEdgeStyle;html=1;startArrow=ERmandOne;startFill=0;endArrow=ERzeroToMany;endFill=0;" parent="1" source="86" target="167" edge="1">
                    <mxGeometry relative="1" as="geometry">
                        <Array as="points">
                            <mxPoint x="-660" y="465"/>
                            <mxPoint x="-660" y="465"/>
                        </Array>
                    </mxGeometry>
                </mxCell>
                <mxCell id="86" value="reviews" style="shape=table;startSize=30;container=1;collapsible=1;childLayout=tableLayout;fixedRows=1;rowLines=0;fontStyle=1;align=center;resizeLast=1;html=1;" parent="1" vertex="1">
                    <mxGeometry x="-640" y="360" width="240" height="250" as="geometry"/>
                </mxCell>
                <mxCell id="87" value="" style="shape=tableRow;horizontal=0;startSize=0;swimlaneHead=0;swimlaneBody=0;fillColor=none;collapsible=0;dropTarget=0;points=[[0,0.5],[1,0.5]];portConstraint=eastwest;top=0;left=0;right=0;bottom=1;" parent="86" vertex="1">
                    <mxGeometry y="30" width="240" height="30" as="geometry"/>
                </mxCell>
                <mxCell id="88" value="PK" style="shape=partialRectangle;connectable=0;fillColor=none;top=0;left=0;bottom=0;right=0;fontStyle=1;overflow=hidden;whiteSpace=wrap;html=1;" parent="87" vertex="1">
                    <mxGeometry width="30" height="30" as="geometry">
                        <mxRectangle width="30" height="30" as="alternateBounds"/>
                    </mxGeometry>
                </mxCell>
                <mxCell id="89" value="&lt;span style=&quot;color: rgb(0, 0, 0);&quot;&gt;id:bigint&lt;/span&gt;" style="shape=partialRectangle;connectable=0;fillColor=none;top=0;left=0;bottom=0;right=0;align=left;spacingLeft=6;fontStyle=5;overflow=hidden;whiteSpace=wrap;html=1;" parent="87" vertex="1">
                    <mxGeometry x="30" width="210" height="30" as="geometry">
                        <mxRectangle width="210" height="30" as="alternateBounds"/>
                    </mxGeometry>
                </mxCell>
                <mxCell id="90" value="" style="shape=tableRow;horizontal=0;startSize=0;swimlaneHead=0;swimlaneBody=0;fillColor=none;collapsible=0;dropTarget=0;points=[[0,0.5],[1,0.5]];portConstraint=eastwest;top=0;left=0;right=0;bottom=1;" parent="86" vertex="1">
                    <mxGeometry y="60" width="240" height="30" as="geometry"/>
                </mxCell>
                <mxCell id="91" value="FK" style="shape=partialRectangle;connectable=0;fillColor=none;top=0;left=0;bottom=0;right=0;fontStyle=1;overflow=hidden;whiteSpace=wrap;html=1;" parent="90" vertex="1">
                    <mxGeometry width="30" height="30" as="geometry">
                        <mxRectangle width="30" height="30" as="alternateBounds"/>
                    </mxGeometry>
                </mxCell>
                <mxCell id="92" value="&lt;span style=&quot;color: rgb(0, 0, 0);&quot;&gt;user_id:bigint&lt;/span&gt;" style="shape=partialRectangle;connectable=0;fillColor=none;top=0;left=0;bottom=0;right=0;align=left;spacingLeft=6;fontStyle=5;overflow=hidden;whiteSpace=wrap;html=1;" parent="90" vertex="1">
                    <mxGeometry x="30" width="210" height="30" as="geometry">
                        <mxRectangle width="210" height="30" as="alternateBounds"/>
                    </mxGeometry>
                </mxCell>
                <mxCell id="117" value="" style="shape=tableRow;horizontal=0;startSize=0;swimlaneHead=0;swimlaneBody=0;fillColor=none;collapsible=0;dropTarget=0;points=[[0,0.5],[1,0.5]];portConstraint=eastwest;top=0;left=0;right=0;bottom=1;" parent="86" vertex="1">
                    <mxGeometry y="90" width="240" height="30" as="geometry"/>
                </mxCell>
                <mxCell id="118" value="FK" style="shape=partialRectangle;connectable=0;fillColor=none;top=0;left=0;bottom=0;right=0;fontStyle=1;overflow=hidden;whiteSpace=wrap;html=1;" parent="117" vertex="1">
                    <mxGeometry width="30" height="30" as="geometry">
                        <mxRectangle width="30" height="30" as="alternateBounds"/>
                    </mxGeometry>
                </mxCell>
                <mxCell id="119" value="&lt;span style=&quot;color: rgb(0, 0, 0);&quot;&gt;book_id:bigint&lt;/span&gt;" style="shape=partialRectangle;connectable=0;fillColor=none;top=0;left=0;bottom=0;right=0;align=left;spacingLeft=6;fontStyle=5;overflow=hidden;whiteSpace=wrap;html=1;" parent="117" vertex="1">
                    <mxGeometry x="30" width="210" height="30" as="geometry">
                        <mxRectangle width="210" height="30" as="alternateBounds"/>
                    </mxGeometry>
                </mxCell>
                <mxCell id="93" value="" style="shape=tableRow;horizontal=0;startSize=0;swimlaneHead=0;swimlaneBody=0;fillColor=none;collapsible=0;dropTarget=0;points=[[0,0.5],[1,0.5]];portConstraint=eastwest;top=0;left=0;right=0;bottom=0;" parent="86" vertex="1">
                    <mxGeometry y="120" width="240" height="30" as="geometry"/>
                </mxCell>
                <mxCell id="94" value="" style="shape=partialRectangle;connectable=0;fillColor=none;top=0;left=0;bottom=0;right=0;editable=1;overflow=hidden;whiteSpace=wrap;html=1;" parent="93" vertex="1">
                    <mxGeometry width="30" height="30" as="geometry">
                        <mxRectangle width="30" height="30" as="alternateBounds"/>
                    </mxGeometry>
                </mxCell>
                <mxCell id="95" value="&lt;span style=&quot;color: rgb(0, 0, 0);&quot;&gt;rating:tinyinteger&lt;/span&gt;" style="shape=partialRectangle;connectable=0;fillColor=none;top=0;left=0;bottom=0;right=0;align=left;spacingLeft=6;overflow=hidden;whiteSpace=wrap;html=1;" parent="93" vertex="1">
                    <mxGeometry x="30" width="210" height="30" as="geometry">
                        <mxRectangle width="210" height="30" as="alternateBounds"/>
                    </mxGeometry>
                </mxCell>
                <mxCell id="96" value="" style="shape=tableRow;horizontal=0;startSize=0;swimlaneHead=0;swimlaneBody=0;fillColor=none;collapsible=0;dropTarget=0;points=[[0,0.5],[1,0.5]];portConstraint=eastwest;top=0;left=0;right=0;bottom=0;" parent="86" vertex="1">
                    <mxGeometry y="150" width="240" height="40" as="geometry"/>
                </mxCell>
                <mxCell id="97" value="" style="shape=partialRectangle;connectable=0;fillColor=none;top=0;left=0;bottom=0;right=0;editable=1;overflow=hidden;whiteSpace=wrap;html=1;" parent="96" vertex="1">
                    <mxGeometry width="30" height="40" as="geometry">
                        <mxRectangle width="30" height="40" as="alternateBounds"/>
                    </mxGeometry>
                </mxCell>
-                 <mxCell id="98" value="&lt;span style=&quot;color: rgb(0, 0, 0);&quot;&gt;comment:&lt;/span&gt;&lt;span style=&quot;color: rgb(0, 0, 0);&quot;&gt;&lt;span style=&quot;color: rgb(0, 0, 0);&quot;&gt;varchar(1000)&lt;/span&gt;&lt;/span&gt;&lt;div&gt;&lt;span style=&quot;color: rgb(0, 0, 0);&quot;&gt;(nullable)&lt;/span&gt;&lt;/div&gt;" style="shape=partialRectangle;connectable=0;fillColor=none;top=0;left=0;bottom=0;right=0;align=left;spacingLeft=6;overflow=hidden;whiteSpace=wrap;html=1;" parent="96" vertex="1">
+                 <mxCell id="98" value="&lt;span style=&quot;color: rgb(0, 0, 0);&quot;&gt;comment:&lt;/span&gt;&lt;span style=&quot;color: rgb(0, 0, 0);&quot;&gt;&lt;span style=&quot;color: rgb(0, 0, 0);&quot;&gt;varchar(1000)&lt;/span&gt;&lt;/span&gt;" style="shape=partialRectangle;connectable=0;fillColor=none;top=0;left=0;bottom=0;right=0;align=left;spacingLeft=6;overflow=hidden;whiteSpace=wrap;html=1;" parent="96" vertex="1">
                    <mxGeometry x="30" width="210" height="40" as="geometry">
                        <mxRectangle width="210" height="40" as="alternateBounds"/>
                    </mxGeometry>
                </mxCell>
                <mxCell id="111" value="" style="shape=tableRow;horizontal=0;startSize=0;swimlaneHead=0;swimlaneBody=0;fillColor=none;collapsible=0;dropTarget=0;points=[[0,0.5],[1,0.5]];portConstraint=eastwest;top=0;left=0;right=0;bottom=0;" parent="86" vertex="1">
                    <mxGeometry y="190" width="240" height="30" as="geometry"/>
                </mxCell>
                <mxCell id="112" value="" style="shape=partialRectangle;connectable=0;fillColor=none;top=0;left=0;bottom=0;right=0;editable=1;overflow=hidden;whiteSpace=wrap;html=1;" parent="111" vertex="1">
                    <mxGeometry width="30" height="30" as="geometry">
                        <mxRectangle width="30" height="30" as="alternateBounds"/>
                    </mxGeometry>
                </mxCell>
                <mxCell id="113" value="&lt;span style=&quot;color: rgb(0, 0, 0);&quot;&gt;created_at&lt;/span&gt;&lt;span style=&quot;color: rgb(0, 0, 0);&quot;&gt;:timestamp&lt;/span&gt;" style="shape=partialRectangle;connectable=0;fillColor=none;top=0;left=0;bottom=0;right=0;align=left;spacingLeft=6;overflow=hidden;whiteSpace=wrap;html=1;" parent="111" vertex="1">
                    <mxGeometry x="30" width="210" height="30" as="geometry">
                        <mxRectangle width="210" height="30" as="alternateBounds"/>
                    </mxGeometry>
                </mxCell>
                <mxCell id="114" value="" style="shape=tableRow;horizontal=0;startSize=0;swimlaneHead=0;swimlaneBody=0;fillColor=none;collapsible=0;dropTarget=0;points=[[0,0.5],[1,0.5]];portConstraint=eastwest;top=0;left=0;right=0;bottom=0;" parent="86" vertex="1">
                    <mxGeometry y="220" width="240" height="30" as="geometry"/>
                </mxCell>
                <mxCell id="115" value="" style="shape=partialRectangle;connectable=0;fillColor=none;top=0;left=0;bottom=0;right=0;editable=1;overflow=hidden;whiteSpace=wrap;html=1;" parent="114" vertex="1">
                    <mxGeometry width="30" height="30" as="geometry">
                        <mxRectangle width="30" height="30" as="alternateBounds"/>
                    </mxGeometry>
                </mxCell>
                <mxCell id="116" value="updated_at&lt;span style=&quot;color: rgb(0, 0, 0);&quot;&gt;:timestamp&lt;/span&gt;" style="shape=partialRectangle;connectable=0;fillColor=none;top=0;left=0;bottom=0;right=0;align=left;spacingLeft=6;overflow=hidden;whiteSpace=wrap;html=1;" parent="114" vertex="1">
                    <mxGeometry x="30" width="210" height="30" as="geometry">
                        <mxRectangle width="210" height="30" as="alternateBounds"/>
                    </mxGeometry>
                </mxCell>
                <mxCell id="123" value="book_genre" style="shape=table;startSize=30;container=1;collapsible=1;childLayout=tableLayout;fixedRows=1;rowLines=0;fontStyle=1;align=center;resizeLast=1;html=1;" parent="1" vertex="1">
                    <mxGeometry x="80" y="-120" width="240" height="210" as="geometry"/>
                </mxCell>
                <mxCell id="124" value="" style="shape=tableRow;horizontal=0;startSize=0;swimlaneHead=0;swimlaneBody=0;fillColor=none;collapsible=0;dropTarget=0;points=[[0,0.5],[1,0.5]];portConstraint=eastwest;top=0;left=0;right=0;bottom=1;" parent="123" vertex="1">
                    <mxGeometry y="30" width="240" height="30" as="geometry"/>
                </mxCell>
                <mxCell id="125" value="PK" style="shape=partialRectangle;connectable=0;fillColor=none;top=0;left=0;bottom=0;right=0;fontStyle=1;overflow=hidden;whiteSpace=wrap;html=1;" parent="124" vertex="1">
                    <mxGeometry width="30" height="30" as="geometry">
                        <mxRectangle width="30" height="30" as="alternateBounds"/>
                    </mxGeometry>
                </mxCell>
                <mxCell id="126" value="&lt;span style=&quot;color: rgb(0, 0, 0);&quot;&gt;id:bigint&lt;/span&gt;" style="shape=partialRectangle;connectable=0;fillColor=none;top=0;left=0;bottom=0;right=0;align=left;spacingLeft=6;fontStyle=5;overflow=hidden;whiteSpace=wrap;html=1;" parent="124" vertex="1">
                    <mxGeometry x="30" width="210" height="30" as="geometry">
                        <mxRectangle width="210" height="30" as="alternateBounds"/>
                    </mxGeometry>
                </mxCell>
                <mxCell id="127" value="" style="shape=tableRow;horizontal=0;startSize=0;swimlaneHead=0;swimlaneBody=0;fillColor=none;collapsible=0;dropTarget=0;points=[[0,0.5],[1,0.5]];portConstraint=eastwest;top=0;left=0;right=0;bottom=1;" parent="123" vertex="1">
                    <mxGeometry y="60" width="240" height="30" as="geometry"/>
                </mxCell>
                <mxCell id="128" value="FK" style="shape=partialRectangle;connectable=0;fillColor=none;top=0;left=0;bottom=0;right=0;fontStyle=1;overflow=hidden;whiteSpace=wrap;html=1;" parent="127" vertex="1">
                    <mxGeometry width="30" height="30" as="geometry">
                        <mxRectangle width="30" height="30" as="alternateBounds"/>
                    </mxGeometry>
                </mxCell>
                <mxCell id="129" value="&lt;span style=&quot;color: rgb(0, 0, 0);&quot;&gt;book_id:bigint&lt;/span&gt;" style="shape=partialRectangle;connectable=0;fillColor=none;top=0;left=0;bottom=0;right=0;align=left;spacingLeft=6;fontStyle=5;overflow=hidden;whiteSpace=wrap;html=1;" parent="127" vertex="1">
                    <mxGeometry x="30" width="210" height="30" as="geometry">
                        <mxRectangle width="210" height="30" as="alternateBounds"/>
                    </mxGeometry>
                </mxCell>
                <mxCell id="130" value="" style="shape=tableRow;horizontal=0;startSize=0;swimlaneHead=0;swimlaneBody=0;fillColor=none;collapsible=0;dropTarget=0;points=[[0,0.5],[1,0.5]];portConstraint=eastwest;top=0;left=0;right=0;bottom=1;" parent="123" vertex="1">
                    <mxGeometry y="90" width="240" height="30" as="geometry"/>
                </mxCell>
                <mxCell id="131" value="FK" style="shape=partialRectangle;connectable=0;fillColor=none;top=0;left=0;bottom=0;right=0;fontStyle=1;overflow=hidden;whiteSpace=wrap;html=1;" parent="130" vertex="1">
                    <mxGeometry width="30" height="30" as="geometry">
                        <mxRectangle width="30" height="30" as="alternateBounds"/>
                    </mxGeometry>
                </mxCell>
                <mxCell id="132" value="&lt;span style=&quot;color: rgb(0, 0, 0);&quot;&gt;genre_id:bigint&lt;/span&gt;" style="shape=partialRectangle;connectable=0;fillColor=none;top=0;left=0;bottom=0;right=0;align=left;spacingLeft=6;fontStyle=5;overflow=hidden;whiteSpace=wrap;html=1;" parent="130" vertex="1">
                    <mxGeometry x="30" width="210" height="30" as="geometry">
                        <mxRectangle width="210" height="30" as="alternateBounds"/>
                    </mxGeometry>
                </mxCell>
                <mxCell id="139" value="" style="shape=tableRow;horizontal=0;startSize=0;swimlaneHead=0;swimlaneBody=0;fillColor=none;collapsible=0;dropTarget=0;points=[[0,0.5],[1,0.5]];portConstraint=eastwest;top=0;left=0;right=0;bottom=0;" parent="123" vertex="1">
                    <mxGeometry y="120" width="240" height="30" as="geometry"/>
                </mxCell>
                <mxCell id="140" value="" style="shape=partialRectangle;connectable=0;fillColor=none;top=0;left=0;bottom=0;right=0;editable=1;overflow=hidden;whiteSpace=wrap;html=1;" parent="139" vertex="1">
                    <mxGeometry width="30" height="30" as="geometry">
                        <mxRectangle width="30" height="30" as="alternateBounds"/>
                    </mxGeometry>
                </mxCell>
                <mxCell id="141" value="&lt;span style=&quot;color: rgb(0, 0, 0);&quot;&gt;created_at&lt;/span&gt;&lt;span style=&quot;color: rgb(0, 0, 0);&quot;&gt;:timestamp&lt;/span&gt;" style="shape=partialRectangle;connectable=0;fillColor=none;top=0;left=0;bottom=0;right=0;align=left;spacingLeft=6;overflow=hidden;whiteSpace=wrap;html=1;" parent="139" vertex="1">
                    <mxGeometry x="30" width="210" height="30" as="geometry">
                        <mxRectangle width="210" height="30" as="alternateBounds"/>
                    </mxGeometry>
                </mxCell>
                <mxCell id="142" value="" style="shape=tableRow;horizontal=0;startSize=0;swimlaneHead=0;swimlaneBody=0;fillColor=none;collapsible=0;dropTarget=0;points=[[0,0.5],[1,0.5]];portConstraint=eastwest;top=0;left=0;right=0;bottom=0;" parent="123" vertex="1">
                    <mxGeometry y="150" width="240" height="30" as="geometry"/>
                </mxCell>
                <mxCell id="143" value="" style="shape=partialRectangle;connectable=0;fillColor=none;top=0;left=0;bottom=0;right=0;editable=1;overflow=hidden;whiteSpace=wrap;html=1;" parent="142" vertex="1">
                    <mxGeometry width="30" height="30" as="geometry">
                        <mxRectangle width="30" height="30" as="alternateBounds"/>
                    </mxGeometry>
                </mxCell>
                <mxCell id="144" value="updated_at&lt;span style=&quot;color: rgb(0, 0, 0);&quot;&gt;:timestamp&lt;/span&gt;" style="shape=partialRectangle;connectable=0;fillColor=none;top=0;left=0;bottom=0;right=0;align=left;spacingLeft=6;overflow=hidden;whiteSpace=wrap;html=1;" parent="142" vertex="1">
                    <mxGeometry x="30" width="210" height="30" as="geometry">
                        <mxRectangle width="210" height="30" as="alternateBounds"/>
                    </mxGeometry>
                </mxCell>
                <mxCell id="145" value="" style="shape=tableRow;horizontal=0;startSize=0;swimlaneHead=0;swimlaneBody=0;fillColor=none;collapsible=0;dropTarget=0;points=[[0,0.5],[1,0.5]];portConstraint=eastwest;top=0;left=0;right=0;bottom=0;" parent="123" vertex="1">
                    <mxGeometry y="180" width="240" height="30" as="geometry"/>
                </mxCell>
                <mxCell id="146" value="UK" style="shape=partialRectangle;connectable=0;fillColor=none;top=0;left=0;bottom=0;right=0;editable=1;overflow=hidden;whiteSpace=wrap;html=1;" parent="145" vertex="1">
                    <mxGeometry width="30" height="30" as="geometry">
                        <mxRectangle width="30" height="30" as="alternateBounds"/>
                    </mxGeometry>
                </mxCell>
                <mxCell id="147" value="UNIQUE(book_id, genre_id)" style="shape=partialRectangle;connectable=0;fillColor=none;top=0;left=0;bottom=0;right=0;align=left;spacingLeft=6;overflow=hidden;whiteSpace=wrap;html=1;" parent="145" vertex="1">
                    <mxGeometry x="30" width="210" height="30" as="geometry">
                        <mxRectangle width="210" height="30" as="alternateBounds"/>
                    </mxGeometry>
                </mxCell>
                <mxCell id="148" value="favorites" style="shape=table;startSize=30;container=1;collapsible=1;childLayout=tableLayout;fixedRows=1;rowLines=0;fontStyle=1;align=center;resizeLast=1;html=1;" parent="1" vertex="1">
                    <mxGeometry x="-640" y="-40" width="240" height="210" as="geometry"/>
                </mxCell>
                <mxCell id="149" value="" style="shape=tableRow;horizontal=0;startSize=0;swimlaneHead=0;swimlaneBody=0;fillColor=none;collapsible=0;dropTarget=0;points=[[0,0.5],[1,0.5]];portConstraint=eastwest;top=0;left=0;right=0;bottom=1;" parent="148" vertex="1">
                    <mxGeometry y="30" width="240" height="30" as="geometry"/>
                </mxCell>
                <mxCell id="150" value="PK" style="shape=partialRectangle;connectable=0;fillColor=none;top=0;left=0;bottom=0;right=0;fontStyle=1;overflow=hidden;whiteSpace=wrap;html=1;" parent="149" vertex="1">
                    <mxGeometry width="30" height="30" as="geometry">
                        <mxRectangle width="30" height="30" as="alternateBounds"/>
                    </mxGeometry>
                </mxCell>
                <mxCell id="151" value="&lt;span style=&quot;color: rgb(0, 0, 0);&quot;&gt;id:bigint&lt;/span&gt;" style="shape=partialRectangle;connectable=0;fillColor=none;top=0;left=0;bottom=0;right=0;align=left;spacingLeft=6;fontStyle=5;overflow=hidden;whiteSpace=wrap;html=1;" parent="149" vertex="1">
                    <mxGeometry x="30" width="210" height="30" as="geometry">
                        <mxRectangle width="210" height="30" as="alternateBounds"/>
                    </mxGeometry>
                </mxCell>
                <mxCell id="152" value="" style="shape=tableRow;horizontal=0;startSize=0;swimlaneHead=0;swimlaneBody=0;fillColor=none;collapsible=0;dropTarget=0;points=[[0,0.5],[1,0.5]];portConstraint=eastwest;top=0;left=0;right=0;bottom=1;" parent="148" vertex="1">
                    <mxGeometry y="60" width="240" height="30" as="geometry"/>
                </mxCell>
                <mxCell id="153" value="FK" style="shape=partialRectangle;connectable=0;fillColor=none;top=0;left=0;bottom=0;right=0;fontStyle=1;overflow=hidden;whiteSpace=wrap;html=1;" parent="152" vertex="1">
                    <mxGeometry width="30" height="30" as="geometry">
                        <mxRectangle width="30" height="30" as="alternateBounds"/>
                    </mxGeometry>
                </mxCell>
                <mxCell id="154" value="&lt;span style=&quot;color: rgb(0, 0, 0);&quot;&gt;user_id:bigint&lt;/span&gt;" style="shape=partialRectangle;connectable=0;fillColor=none;top=0;left=0;bottom=0;right=0;align=left;spacingLeft=6;fontStyle=5;overflow=hidden;whiteSpace=wrap;html=1;" parent="152" vertex="1">
                    <mxGeometry x="30" width="210" height="30" as="geometry">
                        <mxRectangle width="210" height="30" as="alternateBounds"/>
                    </mxGeometry>
                </mxCell>
                <mxCell id="155" value="" style="shape=tableRow;horizontal=0;startSize=0;swimlaneHead=0;swimlaneBody=0;fillColor=none;collapsible=0;dropTarget=0;points=[[0,0.5],[1,0.5]];portConstraint=eastwest;top=0;left=0;right=0;bottom=1;" parent="148" vertex="1">
                    <mxGeometry y="90" width="240" height="30" as="geometry"/>
                </mxCell>
                <mxCell id="156" value="FK" style="shape=partialRectangle;connectable=0;fillColor=none;top=0;left=0;bottom=0;right=0;fontStyle=1;overflow=hidden;whiteSpace=wrap;html=1;" parent="155" vertex="1">
                    <mxGeometry width="30" height="30" as="geometry">
                        <mxRectangle width="30" height="30" as="alternateBounds"/>
                    </mxGeometry>
                </mxCell>
                <mxCell id="157" value="&lt;span style=&quot;color: rgb(0, 0, 0);&quot;&gt;book_id:bigint&lt;/span&gt;" style="shape=partialRectangle;connectable=0;fillColor=none;top=0;left=0;bottom=0;right=0;align=left;spacingLeft=6;fontStyle=5;overflow=hidden;whiteSpace=wrap;html=1;" parent="155" vertex="1">
                    <mxGeometry x="30" width="210" height="30" as="geometry">
                        <mxRectangle width="210" height="30" as="alternateBounds"/>
                    </mxGeometry>
                </mxCell>
                <mxCell id="158" value="" style="shape=tableRow;horizontal=0;startSize=0;swimlaneHead=0;swimlaneBody=0;fillColor=none;collapsible=0;dropTarget=0;points=[[0,0.5],[1,0.5]];portConstraint=eastwest;top=0;left=0;right=0;bottom=0;" parent="148" vertex="1">
                    <mxGeometry y="120" width="240" height="30" as="geometry"/>
                </mxCell>
                <mxCell id="159" value="" style="shape=partialRectangle;connectable=0;fillColor=none;top=0;left=0;bottom=0;right=0;editable=1;overflow=hidden;whiteSpace=wrap;html=1;" parent="158" vertex="1">
                    <mxGeometry width="30" height="30" as="geometry">
                        <mxRectangle width="30" height="30" as="alternateBounds"/>
                    </mxGeometry>
                </mxCell>
                <mxCell id="160" value="&lt;span style=&quot;color: rgb(0, 0, 0);&quot;&gt;created_at&lt;/span&gt;&lt;span style=&quot;color: rgb(0, 0, 0);&quot;&gt;:timestamp&lt;/span&gt;" style="shape=partialRectangle;connectable=0;fillColor=none;top=0;left=0;bottom=0;right=0;align=left;spacingLeft=6;overflow=hidden;whiteSpace=wrap;html=1;" parent="158" vertex="1">
                    <mxGeometry x="30" width="210" height="30" as="geometry">
                        <mxRectangle width="210" height="30" as="alternateBounds"/>
                    </mxGeometry>
                </mxCell>
                <mxCell id="161" value="" style="shape=tableRow;horizontal=0;startSize=0;swimlaneHead=0;swimlaneBody=0;fillColor=none;collapsible=0;dropTarget=0;points=[[0,0.5],[1,0.5]];portConstraint=eastwest;top=0;left=0;right=0;bottom=0;" parent="148" vertex="1">
                    <mxGeometry y="150" width="240" height="30" as="geometry"/>
                </mxCell>
                <mxCell id="162" value="" style="shape=partialRectangle;connectable=0;fillColor=none;top=0;left=0;bottom=0;right=0;editable=1;overflow=hidden;whiteSpace=wrap;html=1;" parent="161" vertex="1">
                    <mxGeometry width="30" height="30" as="geometry">
                        <mxRectangle width="30" height="30" as="alternateBounds"/>
                    </mxGeometry>
                </mxCell>
                <mxCell id="163" value="updated_at&lt;span style=&quot;color: rgb(0, 0, 0);&quot;&gt;:timestamp&lt;/span&gt;" style="shape=partialRectangle;connectable=0;fillColor=none;top=0;left=0;bottom=0;right=0;align=left;spacingLeft=6;overflow=hidden;whiteSpace=wrap;html=1;" parent="161" vertex="1">
                    <mxGeometry x="30" width="210" height="30" as="geometry">
                        <mxRectangle width="210" height="30" as="alternateBounds"/>
                    </mxGeometry>
                </mxCell>
                <mxCell id="164" value="" style="shape=tableRow;horizontal=0;startSize=0;swimlaneHead=0;swimlaneBody=0;fillColor=none;collapsible=0;dropTarget=0;points=[[0,0.5],[1,0.5]];portConstraint=eastwest;top=0;left=0;right=0;bottom=0;" parent="148" vertex="1">
                    <mxGeometry y="180" width="240" height="30" as="geometry"/>
                </mxCell>
                <mxCell id="165" value="UK" style="shape=partialRectangle;connectable=0;fillColor=none;top=0;left=0;bottom=0;right=0;editable=1;overflow=hidden;whiteSpace=wrap;html=1;" parent="164" vertex="1">
                    <mxGeometry width="30" height="30" as="geometry">
                        <mxRectangle width="30" height="30" as="alternateBounds"/>
                    </mxGeometry>
                </mxCell>
                <mxCell id="166" value="UNIQUE(user_id, book_id)" style="shape=partialRectangle;connectable=0;fillColor=none;top=0;left=0;bottom=0;right=0;align=left;spacingLeft=6;overflow=hidden;whiteSpace=wrap;html=1;" parent="164" vertex="1">
                    <mxGeometry x="30" width="210" height="30" as="geometry">
                        <mxRectangle width="210" height="30" as="alternateBounds"/>
                    </mxGeometry>
                </mxCell>
                <mxCell id="167" value="likes" style="shape=table;startSize=30;container=1;collapsible=1;childLayout=tableLayout;fixedRows=1;rowLines=0;fontStyle=1;align=center;resizeLast=1;html=1;" parent="1" vertex="1">
                    <mxGeometry x="-1000" y="360" width="240" height="210" as="geometry"/>
                </mxCell>
                <mxCell id="168" value="" style="shape=tableRow;horizontal=0;startSize=0;swimlaneHead=0;swimlaneBody=0;fillColor=none;collapsible=0;dropTarget=0;points=[[0,0.5],[1,0.5]];portConstraint=eastwest;top=0;left=0;right=0;bottom=1;" parent="167" vertex="1">
                    <mxGeometry y="30" width="240" height="30" as="geometry"/>
                </mxCell>
                <mxCell id="169" value="PK" style="shape=partialRectangle;connectable=0;fillColor=none;top=0;left=0;bottom=0;right=0;fontStyle=1;overflow=hidden;whiteSpace=wrap;html=1;" parent="168" vertex="1">
                    <mxGeometry width="30" height="30" as="geometry">
                        <mxRectangle width="30" height="30" as="alternateBounds"/>
                    </mxGeometry>
                </mxCell>
                <mxCell id="170" value="&lt;span style=&quot;color: rgb(0, 0, 0);&quot;&gt;id:bigint&lt;/span&gt;" style="shape=partialRectangle;connectable=0;fillColor=none;top=0;left=0;bottom=0;right=0;align=left;spacingLeft=6;fontStyle=5;overflow=hidden;whiteSpace=wrap;html=1;" parent="168" vertex="1">
                    <mxGeometry x="30" width="210" height="30" as="geometry">
                        <mxRectangle width="210" height="30" as="alternateBounds"/>
                    </mxGeometry>
                </mxCell>
                <mxCell id="171" value="" style="shape=tableRow;horizontal=0;startSize=0;swimlaneHead=0;swimlaneBody=0;fillColor=none;collapsible=0;dropTarget=0;points=[[0,0.5],[1,0.5]];portConstraint=eastwest;top=0;left=0;right=0;bottom=1;" parent="167" vertex="1">
                    <mxGeometry y="60" width="240" height="30" as="geometry"/>
                </mxCell>
                <mxCell id="172" value="FK" style="shape=partialRectangle;connectable=0;fillColor=none;top=0;left=0;bottom=0;right=0;fontStyle=1;overflow=hidden;whiteSpace=wrap;html=1;" parent="171" vertex="1">
                    <mxGeometry width="30" height="30" as="geometry">
                        <mxRectangle width="30" height="30" as="alternateBounds"/>
                    </mxGeometry>
                </mxCell>
                <mxCell id="173" value="&lt;span style=&quot;color: rgb(0, 0, 0);&quot;&gt;user_id:bigint&lt;/span&gt;" style="shape=partialRectangle;connectable=0;fillColor=none;top=0;left=0;bottom=0;right=0;align=left;spacingLeft=6;fontStyle=5;overflow=hidden;whiteSpace=wrap;html=1;" parent="171" vertex="1">
                    <mxGeometry x="30" width="210" height="30" as="geometry">
                        <mxRectangle width="210" height="30" as="alternateBounds"/>
                    </mxGeometry>
                </mxCell>
                <mxCell id="174" value="" style="shape=tableRow;horizontal=0;startSize=0;swimlaneHead=0;swimlaneBody=0;fillColor=none;collapsible=0;dropTarget=0;points=[[0,0.5],[1,0.5]];portConstraint=eastwest;top=0;left=0;right=0;bottom=1;" parent="167" vertex="1">
                    <mxGeometry y="90" width="240" height="30" as="geometry"/>
                </mxCell>
                <mxCell id="175" value="FK" style="shape=partialRectangle;connectable=0;fillColor=none;top=0;left=0;bottom=0;right=0;fontStyle=1;overflow=hidden;whiteSpace=wrap;html=1;" parent="174" vertex="1">
                    <mxGeometry width="30" height="30" as="geometry">
                        <mxRectangle width="30" height="30" as="alternateBounds"/>
                    </mxGeometry>
                </mxCell>
                <mxCell id="176" value="&lt;span style=&quot;color: rgb(0, 0, 0);&quot;&gt;review_id:bigint&lt;/span&gt;" style="shape=partialRectangle;connectable=0;fillColor=none;top=0;left=0;bottom=0;right=0;align=left;spacingLeft=6;fontStyle=5;overflow=hidden;whiteSpace=wrap;html=1;" parent="174" vertex="1">
                    <mxGeometry x="30" width="210" height="30" as="geometry">
                        <mxRectangle width="210" height="30" as="alternateBounds"/>
                    </mxGeometry>
                </mxCell>
                <mxCell id="177" value="" style="shape=tableRow;horizontal=0;startSize=0;swimlaneHead=0;swimlaneBody=0;fillColor=none;collapsible=0;dropTarget=0;points=[[0,0.5],[1,0.5]];portConstraint=eastwest;top=0;left=0;right=0;bottom=0;" parent="167" vertex="1">
                    <mxGeometry y="120" width="240" height="30" as="geometry"/>
                </mxCell>
                <mxCell id="178" value="" style="shape=partialRectangle;connectable=0;fillColor=none;top=0;left=0;bottom=0;right=0;editable=1;overflow=hidden;whiteSpace=wrap;html=1;" parent="177" vertex="1">
                    <mxGeometry width="30" height="30" as="geometry">
                        <mxRectangle width="30" height="30" as="alternateBounds"/>
                    </mxGeometry>
                </mxCell>
                <mxCell id="179" value="&lt;span style=&quot;color: rgb(0, 0, 0);&quot;&gt;created_at&lt;/span&gt;&lt;span style=&quot;color: rgb(0, 0, 0);&quot;&gt;:timestamp&lt;/span&gt;" style="shape=partialRectangle;connectable=0;fillColor=none;top=0;left=0;bottom=0;right=0;align=left;spacingLeft=6;overflow=hidden;whiteSpace=wrap;html=1;" parent="177" vertex="1">
                    <mxGeometry x="30" width="210" height="30" as="geometry">
                        <mxRectangle width="210" height="30" as="alternateBounds"/>
                    </mxGeometry>
                </mxCell>
                <mxCell id="180" value="" style="shape=tableRow;horizontal=0;startSize=0;swimlaneHead=0;swimlaneBody=0;fillColor=none;collapsible=0;dropTarget=0;points=[[0,0.5],[1,0.5]];portConstraint=eastwest;top=0;left=0;right=0;bottom=0;" parent="167" vertex="1">
                    <mxGeometry y="150" width="240" height="30" as="geometry"/>
                </mxCell>
                <mxCell id="181" value="" style="shape=partialRectangle;connectable=0;fillColor=none;top=0;left=0;bottom=0;right=0;editable=1;overflow=hidden;whiteSpace=wrap;html=1;" parent="180" vertex="1">
                    <mxGeometry width="30" height="30" as="geometry">
                        <mxRectangle width="30" height="30" as="alternateBounds"/>
                    </mxGeometry>
                </mxCell>
                <mxCell id="182" value="updated_at&lt;span style=&quot;color: rgb(0, 0, 0);&quot;&gt;:timestamp&lt;/span&gt;" style="shape=partialRectangle;connectable=0;fillColor=none;top=0;left=0;bottom=0;right=0;align=left;spacingLeft=6;overflow=hidden;whiteSpace=wrap;html=1;" parent="180" vertex="1">
                    <mxGeometry x="30" width="210" height="30" as="geometry">
                        <mxRectangle width="210" height="30" as="alternateBounds"/>
                    </mxGeometry>
                </mxCell>
                <mxCell id="183" value="" style="shape=tableRow;horizontal=0;startSize=0;swimlaneHead=0;swimlaneBody=0;fillColor=none;collapsible=0;dropTarget=0;points=[[0,0.5],[1,0.5]];portConstraint=eastwest;top=0;left=0;right=0;bottom=0;" parent="167" vertex="1">
                    <mxGeometry y="180" width="240" height="30" as="geometry"/>
                </mxCell>
                <mxCell id="184" value="UK" style="shape=partialRectangle;connectable=0;fillColor=none;top=0;left=0;bottom=0;right=0;editable=1;overflow=hidden;whiteSpace=wrap;html=1;" parent="183" vertex="1">
                    <mxGeometry width="30" height="30" as="geometry">
                        <mxRectangle width="30" height="30" as="alternateBounds"/>
                    </mxGeometry>
                </mxCell>
                <mxCell id="185" value="UNIQUE(user_id, book_id)" style="shape=partialRectangle;connectable=0;fillColor=none;top=0;left=0;bottom=0;right=0;align=left;spacingLeft=6;overflow=hidden;whiteSpace=wrap;html=1;" parent="183" vertex="1">
                    <mxGeometry x="30" width="210" height="30" as="geometry">
                        <mxRectangle width="210" height="30" as="alternateBounds"/>
                    </mxGeometry>
                </mxCell>
                <mxCell id="196" style="edgeStyle=orthogonalEdgeStyle;html=1;startArrow=ERmandOne;startFill=0;endArrow=ERzeroToMany;endFill=0;" parent="1" source="65" target="148" edge="1">
                    <mxGeometry relative="1" as="geometry">
                        <Array as="points">
                            <mxPoint x="-360" y="30"/>
                            <mxPoint x="-360" y="30"/>
                        </Array>
                    </mxGeometry>
                </mxCell>
            </root>
        </mxGraphModel>
    </diagram>
</mxfile>